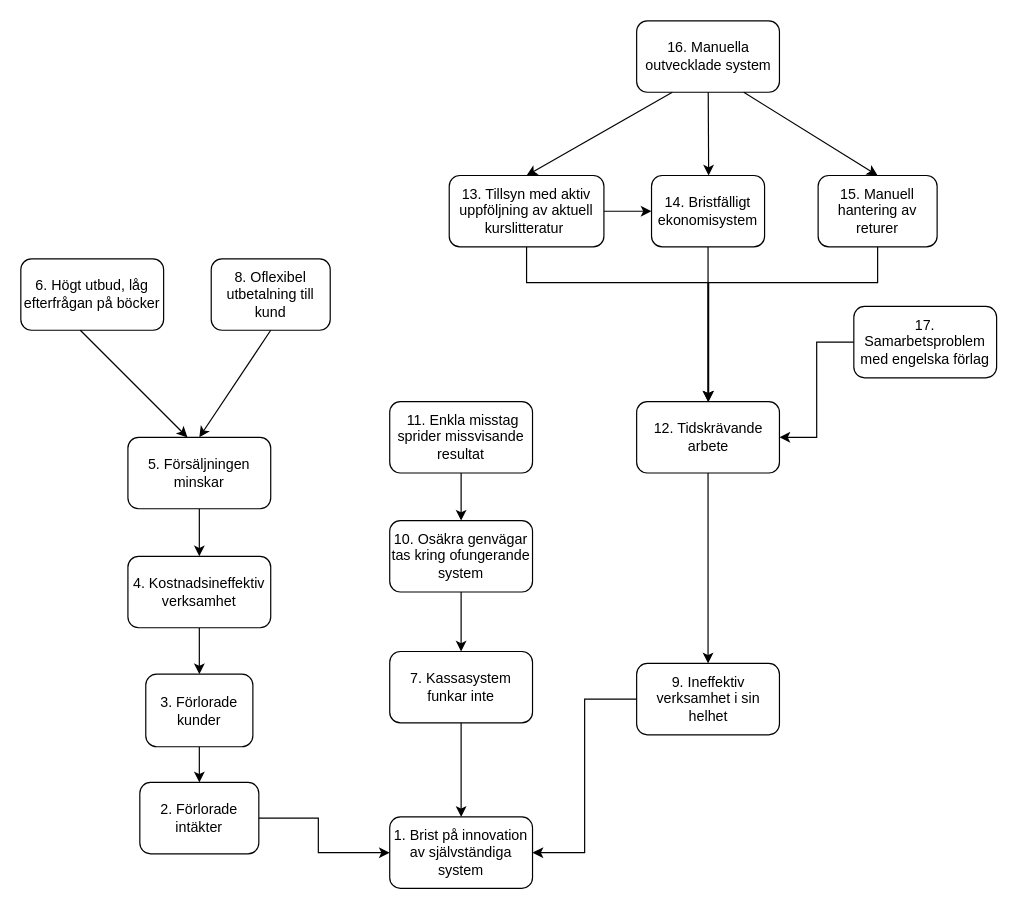
madlo5/madlo5 keeps this draw.io diagram as Namnlöst diagram.drawio. Above is the earlier version. Source tidied: cells renumbered, new cells numbered last; positions are measured from the earlier drawing's top-left corner, leaving out a move shared by most shapes. Both pictures are drawn from the tidied source at 119%, with x=0, y=0 at pixel (20, 20).
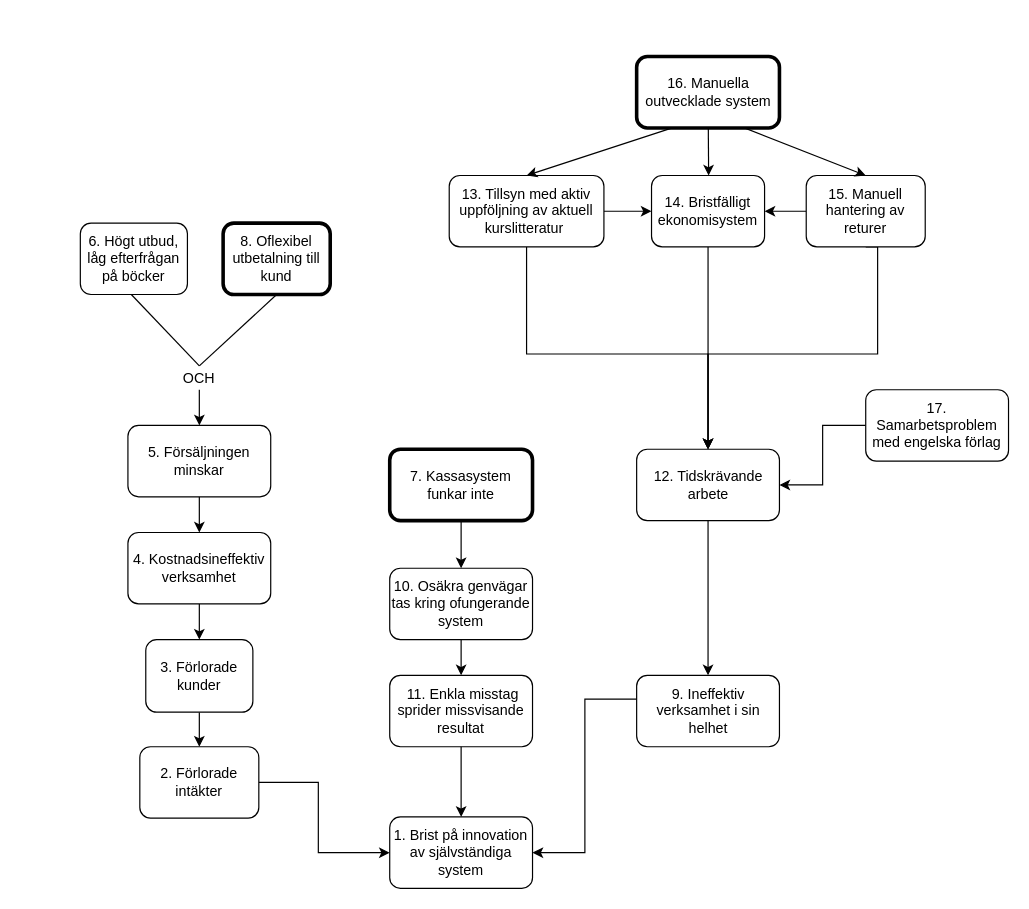
The same page after the edit.

The change refers to these unchanged cells:
```xml
<mxCell id="3" value="1. Brist på innovation av självständiga system" style="rounded=1;whiteSpace=wrap;html=1;" parent="1" vertex="1">
  <mxGeometry x="310" y="669" width="120" height="60" as="geometry" />
</mxCell>
<mxCell id="23" value="13. Tillsyn med aktiv uppföljning av aktuell kurslitteratur&amp;nbsp;" style="rounded=1;whiteSpace=wrap;html=1;" parent="1" vertex="1">
  <mxGeometry x="360" y="130" width="130" height="60" as="geometry" />
</mxCell>
<mxCell id="25" value="14. Bristfälligt ekonomisystem" style="rounded=1;whiteSpace=wrap;html=1;" parent="1" vertex="1">
  <mxGeometry x="530" y="130" width="95" height="60" as="geometry" />
</mxCell>
```

Change to the diagram source:
```diff
@@
     <mxCell id="2" value="6. Högt utbud, låg efterfrågan på böcker" style="rounded=1;whiteSpace=wrap;html=1;" parent="1" vertex="1">
-      <mxGeometry y="200" width="120" height="60" as="geometry" />
+      <mxGeometry x="50" y="170" width="90" height="60" as="geometry" />
     </mxCell>
@@
     <mxCell id="5" value="5. Försäljningen minskar" style="rounded=1;whiteSpace=wrap;html=1;" parent="1" vertex="1">
-      <mxGeometry x="90" y="350" width="120" height="60" as="geometry" />
+      <mxGeometry x="90" y="340" width="120" height="60" as="geometry" />
     </mxCell>
@@
     <mxCell id="7" value="3. Förlorade kunder" style="rounded=1;whiteSpace=wrap;html=1;" parent="1" vertex="1">
-      <mxGeometry x="105" y="549" width="90" height="61" as="geometry" />
+      <mxGeometry x="105" y="520" width="90" height="61" as="geometry" />
     </mxCell>
     <mxCell id="8" style="edgeStyle=orthogonalEdgeStyle;rounded=0;jettySize=auto;html=1;entryX=0;entryY=0.5;entryDx=0;entryDy=0;exitX=1;exitY=0.5;exitDx=0;exitDy=0;" parent="1" edge="1" source="9" target="3">
       <mxGeometry relative="1" as="geometry">
         <Array as="points">
-          <mxPoint x="250" y="670" />
+          <mxPoint x="250" y="640" />
           <mxPoint x="250" y="699" />
         </Array>
       </mxGeometry>
     </mxCell>
     <mxCell id="9" value="2. Förlorade intäkter" style="rounded=1;whiteSpace=wrap;html=1;" parent="1" vertex="1">
-      <mxGeometry x="100" y="640" width="100" height="60" as="geometry" />
+      <mxGeometry x="100" y="610" width="100" height="60" as="geometry" />
     </mxCell>
@@
     <mxCell id="11" value="4. Kostnadsineffektiv verksamhet" style="rounded=1;whiteSpace=wrap;html=1;" parent="1" vertex="1">
-      <mxGeometry x="90" y="450" width="120" height="60" as="geometry" />
+      <mxGeometry x="90" y="430" width="120" height="60" as="geometry" />
     </mxCell>
-    <mxCell id="12" style="edgeStyle=orthogonalEdgeStyle;rounded=0;jettySize=auto;html=1;" parent="1" edge="1" source="13" target="3">
-      <mxGeometry relative="1" as="geometry" />
-    </mxCell>
-    <mxCell id="13" value="7. Kassasystem funkar inte" style="rounded=1;whiteSpace=wrap;html=1;" parent="1" vertex="1">
-      <mxGeometry x="310" y="530" width="120" height="60" as="geometry" />
+    <mxCell id="13" value="7. Kassasystem funkar inte" style="rounded=1;whiteSpace=wrap;html=1;strokeWidth=3;" parent="1" vertex="1">
+      <mxGeometry x="310" y="360" width="120" height="60" as="geometry" />
     </mxCell>
-    <mxCell id="14" style="edgeStyle=orthogonalEdgeStyle;rounded=0;jettySize=auto;html=1;" parent="1" edge="1" source="15" target="13">
-      <mxGeometry relative="1" as="geometry" />
-    </mxCell>
     <mxCell id="15" value="10. Osäkra genvägar tas kring ofungerande system" style="rounded=1;whiteSpace=wrap;html=1;" parent="1" vertex="1">
-      <mxGeometry x="310" y="420" width="120" height="60" as="geometry" />
+      <mxGeometry x="310" y="460" width="120" height="60" as="geometry" />
     </mxCell>
-    <mxCell id="16" style="edgeStyle=orthogonalEdgeStyle;rounded=0;jettySize=auto;html=1;" parent="1" edge="1" source="17" target="15">
-      <mxGeometry relative="1" as="geometry" />
-    </mxCell>
     <mxCell id="17" value="&amp;nbsp;11. Enkla misstag sprider missvisande resultat" style="rounded=1;whiteSpace=wrap;html=1;" parent="1" vertex="1">
-      <mxGeometry x="310" y="320" width="120" height="60" as="geometry" />
+      <mxGeometry x="310" y="550" width="120" height="60" as="geometry" />
     </mxCell>
-    <mxCell id="18" value="8. Oflexibel utbetalning till kund" style="rounded=1;whiteSpace=wrap;html=1;" parent="1" vertex="1">
-      <mxGeometry x="160" y="200" width="100" height="60" as="geometry" />
+    <mxCell id="18" value="8. Oflexibel utbetalning till kund" style="rounded=1;whiteSpace=wrap;html=1;strokeWidth=3;" parent="1" vertex="1">
+      <mxGeometry x="170" y="170" width="90" height="60" as="geometry" />
     </mxCell>
-    <mxCell id="19" style="endArrow=classic;html=1;rounded=0;" parent="1" edge="1">
-      <mxGeometry relative="1" as="geometry">
-        <mxPoint x="50" y="260" as="sourcePoint" />
-        <mxPoint x="140" y="350" as="targetPoint" />
-        <Array as="points">
-          <mxPoint x="50" y="260" />
-        </Array>
-      </mxGeometry>
-    </mxCell>
-    <mxCell id="20" style="endArrow=classic;html=1;rounded=0;exitX=0.5;exitY=1;exitDx=0;exitDy=0;entryX=0.5;entryY=0;entryDx=0;entryDy=0;" parent="1" edge="1" source="18" target="5">
-      <mxGeometry relative="1" as="geometry" />
-    </mxCell>
-    <mxCell id="21" style="edgeStyle=orthogonalEdgeStyle;rounded=0;jettySize=auto;html=1;" parent="1" edge="1" source="23">
-      <mxGeometry relative="1" as="geometry">
-        <mxPoint x="578" y="320" as="targetPoint" />
-        <Array as="points">
-          <mxPoint x="425" y="220" />
-          <mxPoint x="578" y="220" />
-        </Array>
-      </mxGeometry>
-    </mxCell>
@@
+    <mxCell id="38" style="edgeStyle=orthogonalEdgeStyle;rounded=0;jettySize=auto;html=1;entryX=0.5;entryY=0;entryDx=0;entryDy=0;" parent="1" edge="1" source="23" target="27">
+      <mxGeometry relative="1" as="geometry">
+        <Array as="points">
+          <mxPoint x="425" y="280" />
+          <mxPoint x="578" y="280" />
+        </Array>
+      </mxGeometry>
+    </mxCell>
@@
     <mxCell id="27" value="12. Tidskrävande arbete" style="rounded=1;whiteSpace=wrap;html=1;" parent="1" vertex="1">
-      <mxGeometry x="517.5" y="320" width="120" height="60" as="geometry" />
+      <mxGeometry x="517.5" y="360" width="120" height="60" as="geometry" />
     </mxCell>
-    <mxCell id="28" style="edgeStyle=orthogonalEdgeStyle;rounded=0;jettySize=auto;html=1;entryX=0.5;entryY=0;entryDx=0;entryDy=0;" parent="1" edge="1" source="29" target="27">
+    <mxCell id="28" style="edgeStyle=orthogonalEdgeStyle;rounded=0;jettySize=auto;html=1;entryX=0.5;entryY=0;entryDx=0;entryDy=0;exitX=0.5;exitY=1;exitDx=0;exitDy=0;" parent="1" edge="1" source="29" target="27">
       <mxGeometry relative="1" as="geometry">
         <Array as="points">
-          <mxPoint x="720" y="220" />
-          <mxPoint x="578" y="220" />
+          <mxPoint x="720" y="280" />
+          <mxPoint x="578" y="280" />
         </Array>
       </mxGeometry>
     </mxCell>
+    <mxCell id="39" style="edgeStyle=orthogonalEdgeStyle;rounded=0;jettySize=auto;html=1;" parent="1" edge="1" source="29" target="25">
+      <mxGeometry relative="1" as="geometry" />
+    </mxCell>
     <mxCell id="29" value="15. Manuell hantering av returer" style="rounded=1;whiteSpace=wrap;html=1;" parent="1" vertex="1">
-      <mxGeometry x="670" y="130" width="100" height="60" as="geometry" />
+      <mxGeometry x="660" y="130" width="100" height="60" as="geometry" />
     </mxCell>
@@
     <mxCell id="31" value="17. Samarbetsproblem med engelska förlag" style="rounded=1;whiteSpace=wrap;html=1;" parent="1" vertex="1">
-      <mxGeometry x="700" y="240" width="120" height="60" as="geometry" />
+      <mxGeometry x="710" y="310" width="120" height="60" as="geometry" />
     </mxCell>
     <mxCell id="32" style="edgeStyle=orthogonalEdgeStyle;rounded=0;jettySize=auto;html=1;entryX=1;entryY=0.5;entryDx=0;entryDy=0;" parent="1" edge="1" source="33" target="3">
-      <mxGeometry relative="1" as="geometry" />
+      <mxGeometry relative="1" as="geometry">
+        <Array as="points">
+          <mxPoint x="474" y="570" />
+          <mxPoint x="474" y="699" />
+        </Array>
+      </mxGeometry>
     </mxCell>
     <mxCell id="33" value="9. Ineffektiv verksamhet i sin helhet" style="rounded=1;whiteSpace=wrap;html=1;" parent="1" vertex="1">
-      <mxGeometry x="517.5" y="540" width="120" height="60" as="geometry" />
+      <mxGeometry x="517.5" y="550" width="120" height="60" as="geometry" />
     </mxCell>
-    <mxCell id="34" value="16. Manuella outvecklade system" style="rounded=1;whiteSpace=wrap;html=1;" parent="1" vertex="1">
-      <mxGeometry x="517.5" width="120" height="60" as="geometry" />
+    <mxCell id="34" value="16. Manuella outvecklade system" style="rounded=1;whiteSpace=wrap;html=1;strokeWidth=3;" parent="1" vertex="1">
+      <mxGeometry x="517.5" y="30" width="120" height="60" as="geometry" />
     </mxCell>
@@
-    <mxCell id="37" style="endArrow=classic;html=1;rounded=0;exitX=0.75;exitY=1;exitDx=0;exitDy=0;entryX=0.5;entryY=0;entryDx=0;entryDy=0;" parent="1" edge="1" source="34" target="29">
-      <mxGeometry relative="1" as="geometry" />
+    <mxCell id="37" style="endArrow=classic;html=1;rounded=0;entryX=0.5;entryY=0;entryDx=0;entryDy=0;" parent="1" edge="1" target="29">
+      <mxGeometry relative="1" as="geometry">
+        <mxPoint x="608" y="90" as="sourcePoint" />
+      </mxGeometry>
     </mxCell>
+    <mxCell id="40" style="endArrow=none;html=1;rounded=0;exitX=0.476;exitY=1;exitDx=0;exitDy=0;exitPerimeter=0;" parent="1" edge="1" source="2">
+      <mxGeometry relative="1" as="geometry">
+        <mxPoint x="150" y="290" as="targetPoint" />
+      </mxGeometry>
+    </mxCell>
+    <mxCell id="41" value="OCH" style="text;html=1;strokeColor=none;fillColor=none;align=center;verticalAlign=middle;whiteSpace=wrap;rounded=0;" parent="1" vertex="1">
+      <mxGeometry x="140" y="300" width="20" as="geometry" />
+    </mxCell>
+    <mxCell id="42" style="endArrow=none;html=1;rounded=0;entryX=0.5;entryY=1;entryDx=0;entryDy=0;" parent="1" edge="1" target="18">
+      <mxGeometry relative="1" as="geometry">
+        <mxPoint x="150" y="290" as="sourcePoint" />
+      </mxGeometry>
+    </mxCell>
+    <mxCell id="43" style="endArrow=classic;html=1;rounded=0;entryX=0.5;entryY=0;entryDx=0;entryDy=0;" parent="1" edge="1" target="5">
+      <mxGeometry relative="1" as="geometry">
+        <mxPoint x="150" y="310" as="sourcePoint" />
+      </mxGeometry>
+    </mxCell>
+    <mxCell id="44" style="endArrow=classic;html=1;rounded=0;exitX=0.5;exitY=1;exitDx=0;exitDy=0;entryX=0.5;entryY=0;entryDx=0;entryDy=0;" parent="1" edge="1" source="13" target="15">
+      <mxGeometry relative="1" as="geometry" />
+    </mxCell>
+    <mxCell id="45" style="endArrow=classic;html=1;rounded=0;exitX=0.5;exitY=1;exitDx=0;exitDy=0;entryX=0.5;entryY=0;entryDx=0;entryDy=0;" parent="1" edge="1" source="15" target="17">
+      <mxGeometry relative="1" as="geometry" />
+    </mxCell>
+    <mxCell id="46" style="endArrow=classic;html=1;rounded=0;exitX=0.5;exitY=1;exitDx=0;exitDy=0;entryX=0.5;entryY=0;entryDx=0;entryDy=0;" parent="1" edge="1" source="17" target="3">
+      <mxGeometry relative="1" as="geometry" />
+    </mxCell>
```
